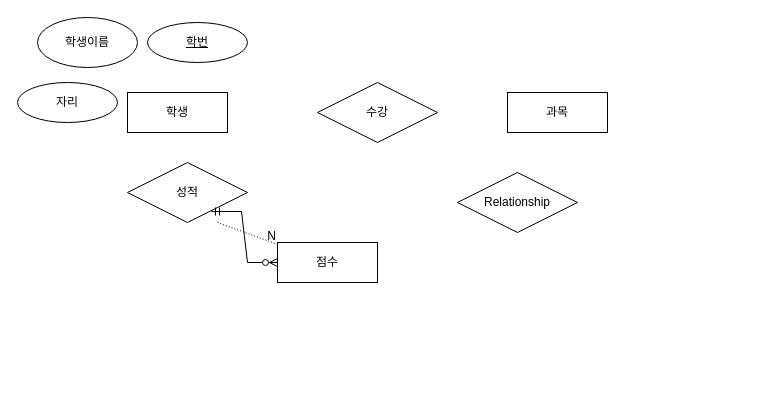
Above: 제목 없는 다이어그램.drawio in soijeongg/diagram (draw.io), before the change. Source tidied: cells renumbered, new cells numbered last; positions are measured from the earlier drawing's top-left corner, leaving out a move shared by most shapes. Both pictures are drawn from the tidied source at 100%, with x=0, y=0 at pixel (17, 17).
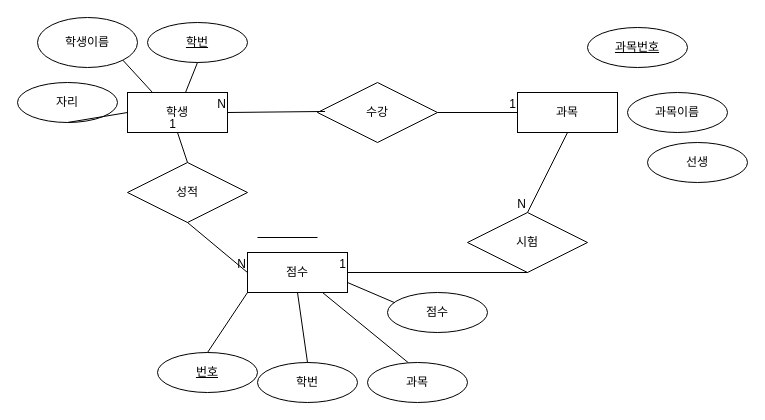
After the change.

Commit message:
제목 없는 다이어그램.drawio 업데이트ㅇㅇ

The change refers to these unchanged cells:
```xml
<mxCell id="2" value="학생" style="whiteSpace=wrap;html=1;align=center;" parent="1" vertex="1">
  <mxGeometry x="110" y="75" width="100" height="40" as="geometry" />
</mxCell>
<mxCell id="7" value="수강" style="shape=rhombus;perimeter=rhombusPerimeter;whiteSpace=wrap;html=1;align=center;" parent="1" vertex="1">
  <mxGeometry x="300" y="65" width="120" height="60" as="geometry" />
</mxCell>
<mxCell id="8" value="성적" style="shape=rhombus;perimeter=rhombusPerimeter;whiteSpace=wrap;html=1;align=center;" parent="1" vertex="1">
  <mxGeometry x="110" y="145" width="120" height="60" as="geometry" />
</mxCell>
<mxCell id="10" value="학번" style="ellipse;whiteSpace=wrap;html=1;align=center;fontStyle=4;" parent="1" vertex="1">
  <mxGeometry x="130" y="5" width="100" height="40" as="geometry" />
</mxCell>
<mxCell id="11" value="학생이름" style="ellipse;whiteSpace=wrap;html=1;align=center;" parent="1" vertex="1">
  <mxGeometry x="20" width="100" height="50" as="geometry" />
</mxCell>
<mxCell id="12" value="자리" style="ellipse;whiteSpace=wrap;html=1;align=center;" parent="1" vertex="1">
  <mxGeometry y="65" width="100" height="40" as="geometry" />
</mxCell>
```

Change to the diagram source:
```diff
@@
     <mxCell id="3" value="점수" style="whiteSpace=wrap;html=1;align=center;" parent="1" vertex="1">
-      <mxGeometry x="260" y="225" width="100" height="40" as="geometry" />
+      <mxGeometry x="230" y="235" width="100" height="40" as="geometry" />
     </mxCell>
     <mxCell id="4" value="과목" style="whiteSpace=wrap;html=1;align=center;" parent="1" vertex="1">
-      <mxGeometry x="490" y="75" width="100" height="40" as="geometry" />
+      <mxGeometry x="500" y="75" width="100" height="40" as="geometry" />
     </mxCell>
-    <mxCell id="5" style="endArrow=none;html=1;rounded=0;dashed=1;dashPattern=1 2;" parent="1" edge="1" target="3">
-      <mxGeometry relative="1" as="geometry">
-        <mxPoint x="200" y="205" as="sourcePoint" />
-      </mxGeometry>
-    </mxCell>
-    <mxCell id="6" value="N" style="html=1;whiteSpace=wrap;align=right;verticalAlign=bottom;" parent="5" vertex="1">
-      <mxGeometry x="1" relative="1" as="geometry" />
-    </mxCell>
@@
-    <mxCell id="9" value="Relationship" style="shape=rhombus;perimeter=rhombusPerimeter;whiteSpace=wrap;html=1;align=center;" parent="1" vertex="1">
-      <mxGeometry x="440" y="155" width="120" height="60" as="geometry" />
+    <mxCell id="9" value="시험" style="shape=rhombus;perimeter=rhombusPerimeter;whiteSpace=wrap;html=1;align=center;" parent="1" vertex="1">
+      <mxGeometry x="450" y="195" width="120" height="60" as="geometry" />
     </mxCell>
@@
+    <mxCell id="14" style="endArrow=none;html=1;rounded=0;exitX=0.063;exitY=0.483;exitDx=0;exitDy=0;exitPerimeter=0;entryX=1;entryY=0.5;entryDx=0;entryDy=0;" parent="1" edge="1" source="7" target="2">
+      <mxGeometry relative="1" as="geometry" />
+    </mxCell>
+    <mxCell id="15" value="N" style="html=1;whiteSpace=wrap;align=right;verticalAlign=bottom;" parent="14" vertex="1">
+      <mxGeometry x="1" relative="1" as="geometry" />
+    </mxCell>
+    <mxCell id="16" style="endArrow=none;html=1;rounded=0;entryX=0;entryY=0.5;entryDx=0;entryDy=0;exitX=1;exitY=0.5;exitDx=0;exitDy=0;" parent="1" edge="1" source="7" target="4">
+      <mxGeometry relative="1" as="geometry" />
+    </mxCell>
+    <mxCell id="17" value="1" style="html=1;whiteSpace=wrap;align=right;verticalAlign=bottom;" parent="16" vertex="1">
+      <mxGeometry x="1" relative="1" as="geometry" />
+    </mxCell>
+    <mxCell id="18" style="endArrow=none;html=1;rounded=0;exitX=0.5;exitY=1;exitDx=0;exitDy=0;entryX=0.5;entryY=0;entryDx=0;entryDy=0;labelBorderColor=none;" parent="1" edge="1" source="4" target="9">
+      <mxGeometry relative="1" as="geometry" />
+    </mxCell>
+    <mxCell id="19" value="N" style="html=1;whiteSpace=wrap;align=right;verticalAlign=bottom;" parent="18" vertex="1">
+      <mxGeometry x="1" relative="1" as="geometry" />
+    </mxCell>
+    <mxCell id="20" style="endArrow=none;html=1;rounded=0;entryX=1;entryY=0.5;entryDx=0;entryDy=0;exitX=0.5;exitY=1;exitDx=0;exitDy=0;" parent="1" edge="1" source="9" target="3">
+      <mxGeometry relative="1" as="geometry" />
+    </mxCell>
+    <mxCell id="21" value="1" style="html=1;whiteSpace=wrap;align=right;verticalAlign=bottom;" parent="20" vertex="1">
+      <mxGeometry x="1" relative="1" as="geometry" />
+    </mxCell>
-    <mxCell id="13" style="edgeStyle=entityRelationEdgeStyle;fontSize=12;html=1;endArrow=ERzeroToMany;startArrow=ERmandOne;rounded=0;exitX=0.7;exitY=0.817;exitDx=0;exitDy=0;exitPerimeter=0;entryX=0;entryY=0.5;entryDx=0;entryDy=0;" parent="1" edge="1" source="8" target="3">
-      <mxGeometry relative="1" as="geometry">
-        <Array as="points">
-          <mxPoint x="120" y="425" />
-        </Array>
-      </mxGeometry>
+    <mxCell id="13" style="endArrow=none;html=1;rounded=0;entryX=0;entryY=0.5;entryDx=0;entryDy=0;exitX=0.5;exitY=1;exitDx=0;exitDy=0;" parent="1" edge="1" source="8" target="3">
+      <mxGeometry relative="1" as="geometry" />
     </mxCell>
+    <mxCell id="22" value="N" style="html=1;whiteSpace=wrap;align=right;verticalAlign=bottom;" parent="13" vertex="1">
+      <mxGeometry x="1" relative="1" as="geometry" />
+    </mxCell>
+    <mxCell id="23" style="endArrow=none;html=1;rounded=0;entryX=0.5;entryY=1;entryDx=0;entryDy=0;exitX=0.5;exitY=0;exitDx=0;exitDy=0;" parent="1" edge="1" source="8" target="2">
+      <mxGeometry relative="1" as="geometry" />
+    </mxCell>
+    <mxCell id="24" value="1" style="html=1;whiteSpace=wrap;align=right;verticalAlign=bottom;" parent="23" vertex="1">
+      <mxGeometry x="1" relative="1" as="geometry" />
+    </mxCell>
+    <mxCell id="25" value="과목번호" style="ellipse;whiteSpace=wrap;html=1;align=center;fontStyle=4;" parent="1" vertex="1">
+      <mxGeometry x="570" y="10" width="100" height="40" as="geometry" />
+    </mxCell>
+    <mxCell id="26" value="과목이름" style="ellipse;whiteSpace=wrap;html=1;align=center;" parent="1" vertex="1">
+      <mxGeometry x="610" y="75" width="100" height="40" as="geometry" />
+    </mxCell>
+    <mxCell id="27" value="선생" style="ellipse;whiteSpace=wrap;html=1;align=center;" parent="1" vertex="1">
+      <mxGeometry x="630" y="125" width="100" height="40" as="geometry" />
+    </mxCell>
+    <mxCell id="28" value="번호" style="ellipse;whiteSpace=wrap;html=1;align=center;fontStyle=4;" parent="1" vertex="1">
+      <mxGeometry x="140" y="335" width="100" height="40" as="geometry" />
+    </mxCell>
+    <mxCell id="29" value="학번" style="ellipse;whiteSpace=wrap;html=1;align=center;" parent="1" vertex="1">
+      <mxGeometry x="240" y="345" width="100" height="40" as="geometry" />
+    </mxCell>
+    <mxCell id="30" value="과목" style="ellipse;whiteSpace=wrap;html=1;align=center;" parent="1" vertex="1">
+      <mxGeometry x="350" y="345" width="100" height="40" as="geometry" />
+    </mxCell>
+    <mxCell id="31" value="점수" style="ellipse;whiteSpace=wrap;html=1;align=center;" parent="1" vertex="1">
+      <mxGeometry x="370" y="275" width="100" height="40" as="geometry" />
+    </mxCell>
+    <mxCell id="32" style="endArrow=none;html=1;rounded=0;entryX=0.5;entryY=0;entryDx=0;entryDy=0;exitX=0;exitY=1;exitDx=0;exitDy=0;" parent="1" edge="1" source="3" target="28">
+      <mxGeometry relative="1" as="geometry" />
+    </mxCell>
+    <mxCell id="33" style="endArrow=none;html=1;rounded=0;entryX=0.5;entryY=0;entryDx=0;entryDy=0;exitX=0.5;exitY=1;exitDx=0;exitDy=0;" parent="1" edge="1" source="3" target="29">
+      <mxGeometry relative="1" as="geometry" />
+    </mxCell>
+    <mxCell id="34" style="endArrow=none;html=1;rounded=0;entryX=0.408;entryY=0.005;entryDx=0;entryDy=0;entryPerimeter=0;exitX=0.75;exitY=1;exitDx=0;exitDy=0;" parent="1" edge="1" source="3" target="30">
+      <mxGeometry relative="1" as="geometry" />
+    </mxCell>
+    <mxCell id="35" style="endArrow=none;html=1;rounded=0;entryX=0.072;entryY=0.255;entryDx=0;entryDy=0;exitX=1;exitY=0.75;exitDx=0;exitDy=0;entryPerimeter=0;" parent="1" edge="1" source="3" target="31">
+      <mxGeometry relative="1" as="geometry" />
+    </mxCell>
+    <mxCell id="36" style="endArrow=none;html=1;rounded=0;entryX=0.5;entryY=1;entryDx=0;entryDy=0;" parent="1" edge="1" source="2" target="10">
+      <mxGeometry relative="1" as="geometry" />
+    </mxCell>
+    <mxCell id="37" style="endArrow=none;html=1;rounded=0;entryX=1;entryY=1;entryDx=0;entryDy=0;exitX=0.25;exitY=0;exitDx=0;exitDy=0;" parent="1" edge="1" source="2" target="11">
+      <mxGeometry relative="1" as="geometry" />
+    </mxCell>
+    <mxCell id="38" style="endArrow=none;html=1;rounded=0;entryX=0.5;entryY=1;entryDx=0;entryDy=0;exitX=0;exitY=0.5;exitDx=0;exitDy=0;" parent="1" edge="1" source="2" target="12">
+      <mxGeometry relative="1" as="geometry" />
+    </mxCell>
+    <mxCell id="39" style="line;strokeWidth=1;dashed=0;labelPosition=right;align=left;verticalAlign=middle;spacingTop=0;spacingLeft=6;" parent="1" vertex="1">
+      <mxGeometry x="240" y="215" width="60" height="10" as="geometry" />
+    </mxCell>
```
